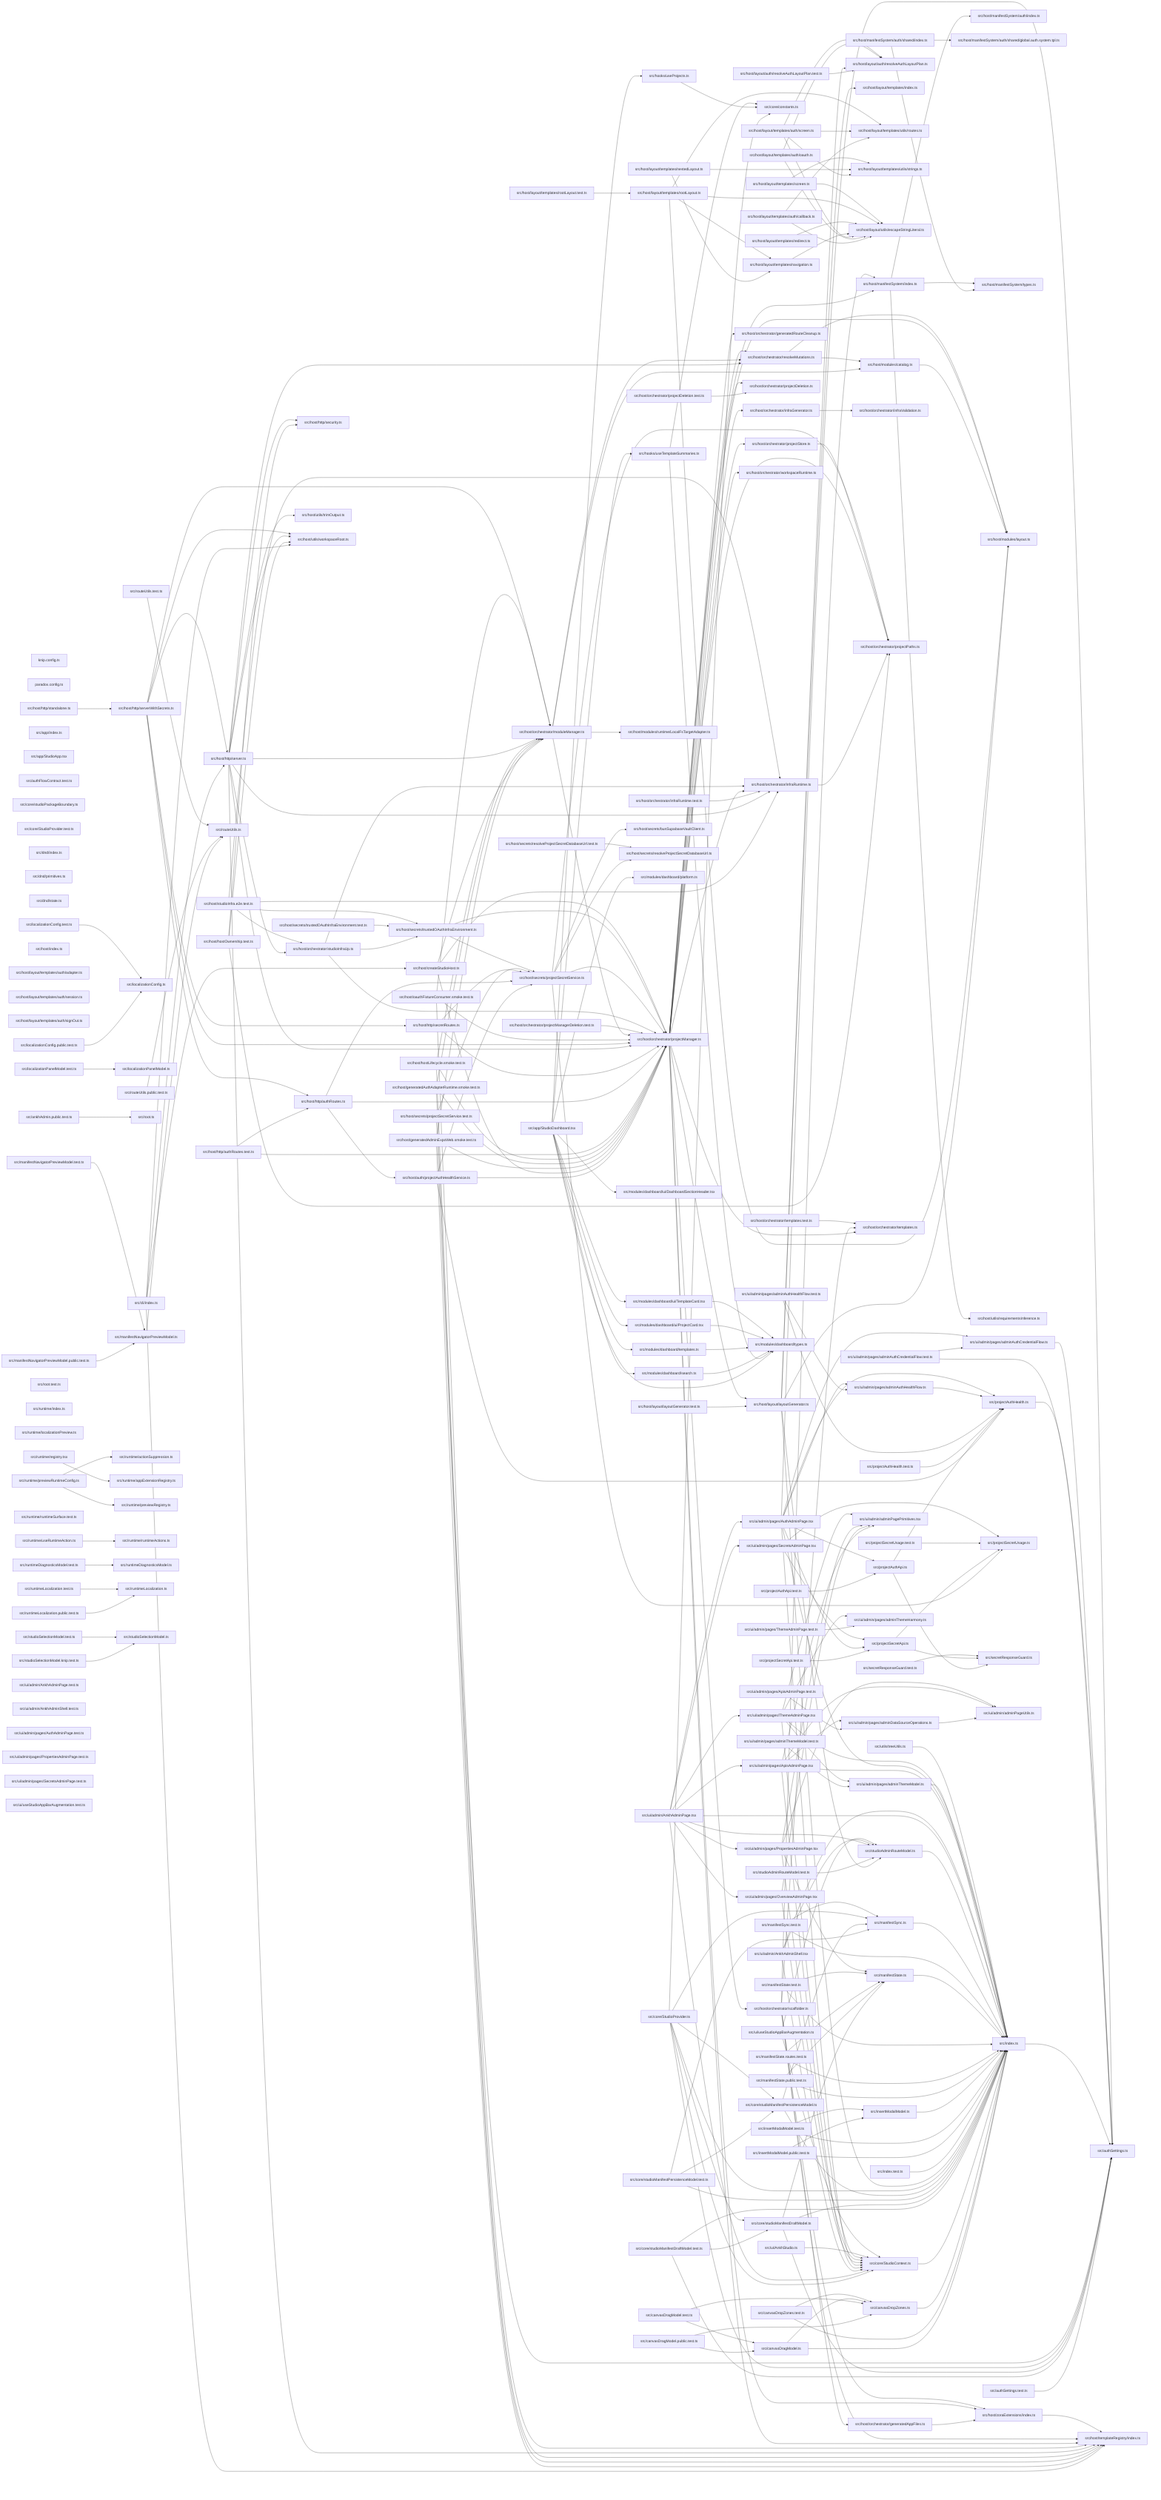
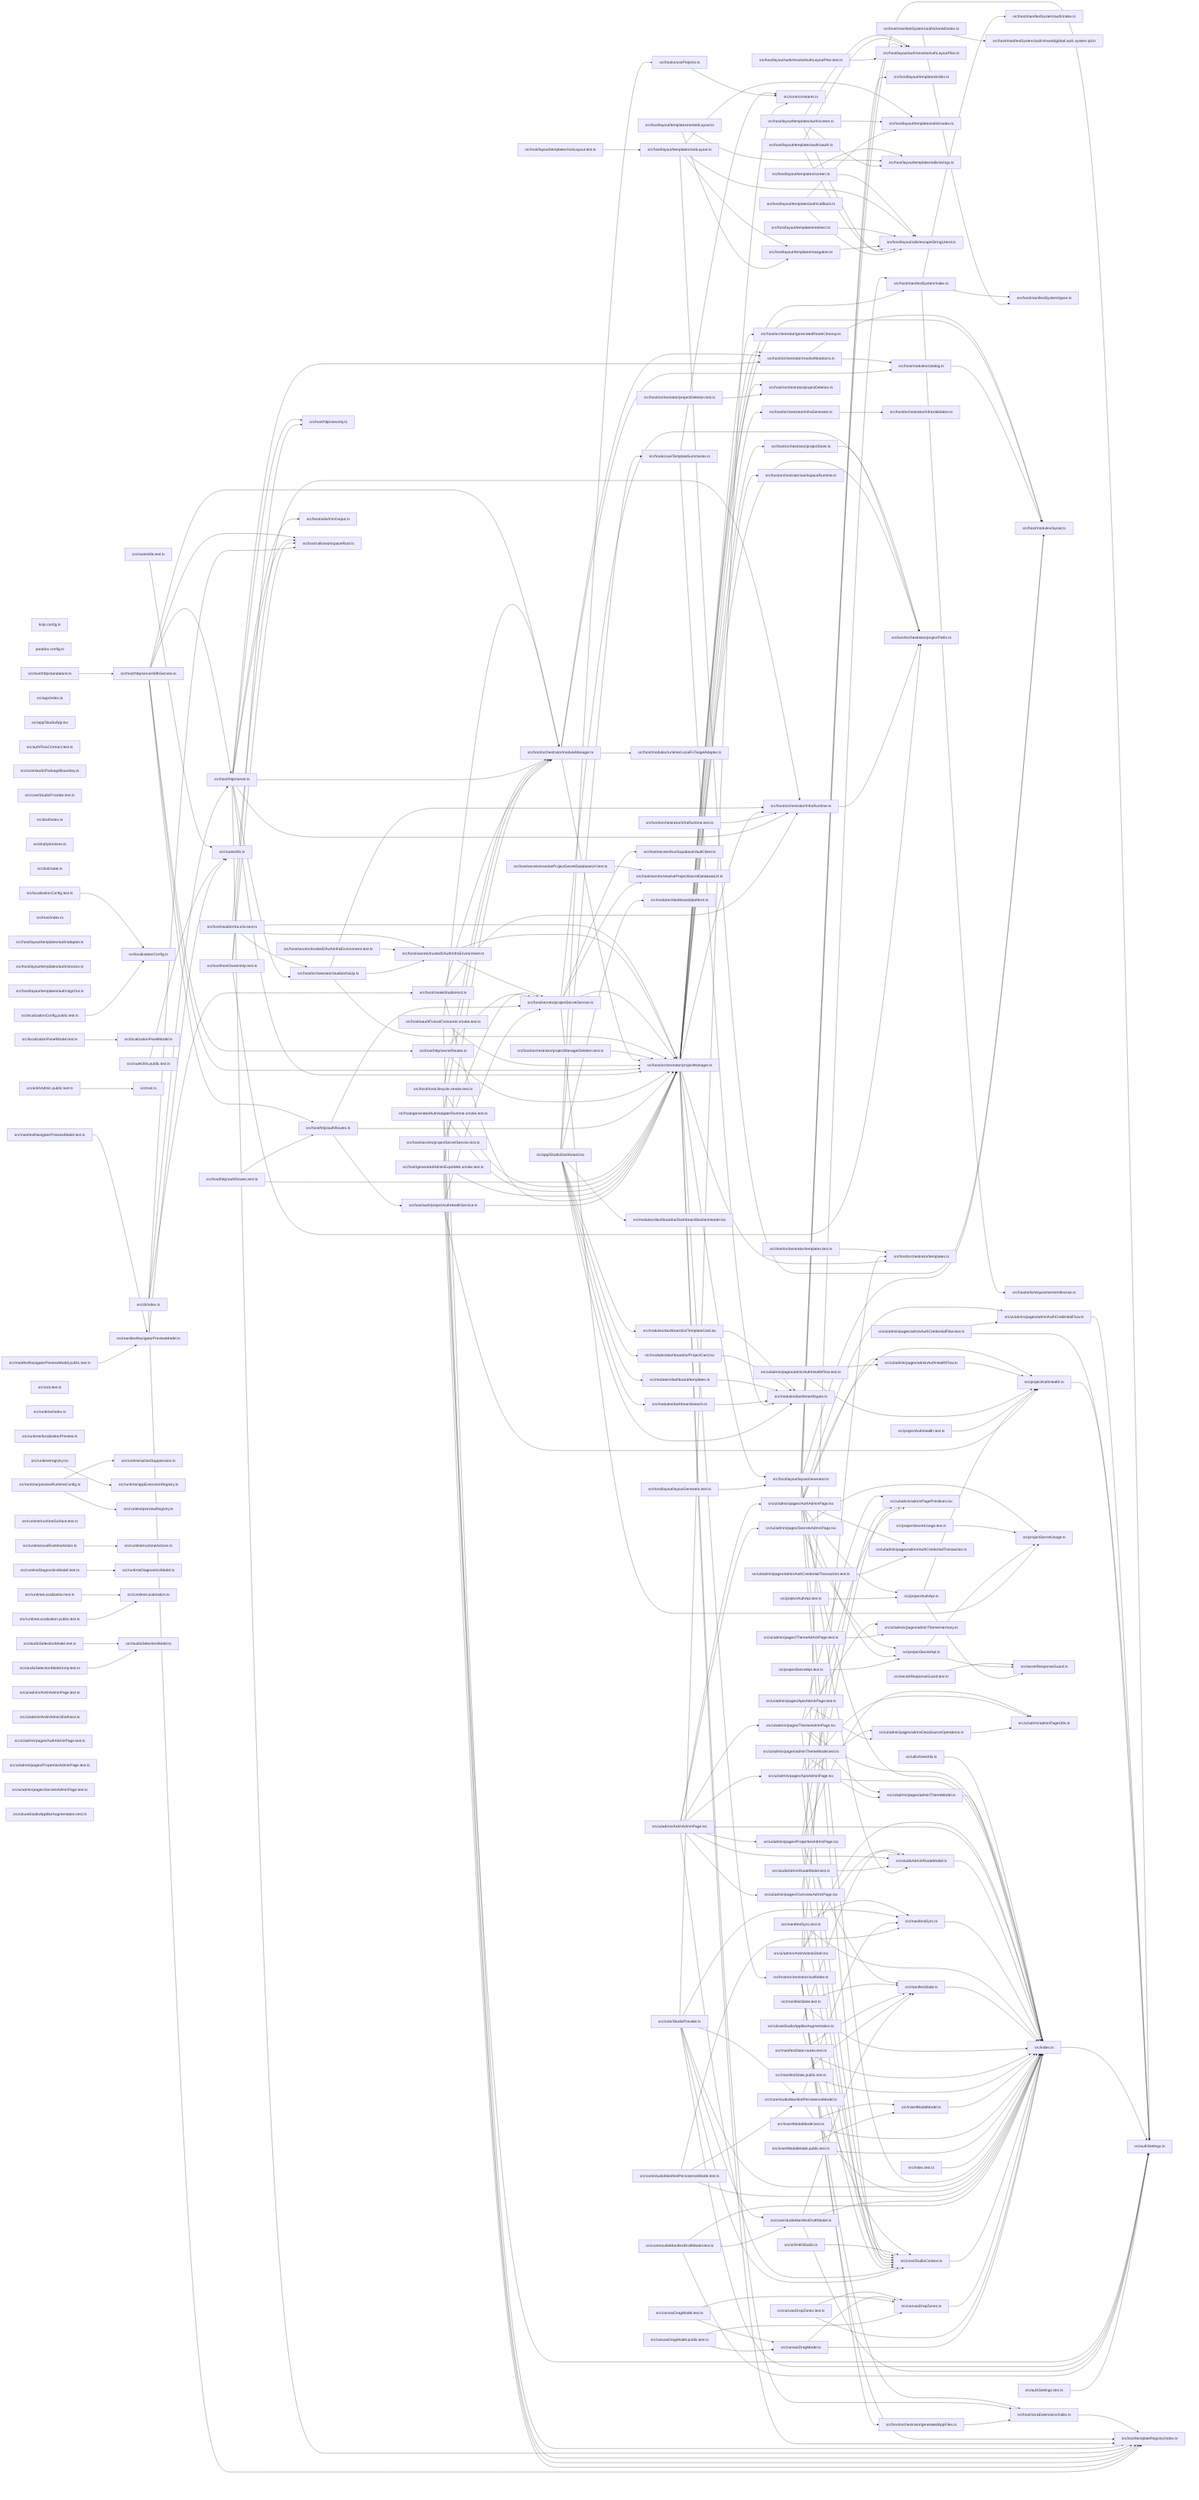
graph LR
  module_knip_config_ts["knip.config.ts"]
  module_paradox_config_ts["paradox.config.ts"]
  module_src_ankhAdmin_public_test_ts["src/ankhAdmin.public.test.ts"]
  module_src_app_index_ts["src/app/index.ts"]
  module_src_app_StudioApp_tsx["src/app/StudioApp.tsx"]
  module_src_app_StudioDashboard_tsx["src/app/StudioDashboard.tsx"]
  module_src_authFlowContract_test_ts["src/authFlowContract.test.ts"]
  module_src_authSettings_test_ts["src/authSettings.test.ts"]
  module_src_authSettings_ts["src/authSettings.ts"]
  module_src_canvasDragModel_public_test_ts["src/canvasDragModel.public.test.ts"]
  module_src_canvasDragModel_test_ts["src/canvasDragModel.test.ts"]
  module_src_canvasDragModel_ts["src/canvasDragModel.ts"]
  module_src_canvasDropZones_test_ts["src/canvasDropZones.test.ts"]
  module_src_canvasDropZones_ts["src/canvasDropZones.ts"]
  module_src_cli_index_ts["src/cli/index.ts"]
  module_src_core_constants_ts["src/core/constants.ts"]
  module_src_core_StudioContext_ts["src/core/StudioContext.ts"]
  module_src_core_studioManifestDraftModel_test_ts["src/core/studioManifestDraftModel.test.ts"]
  module_src_core_studioManifestDraftModel_ts["src/core/studioManifestDraftModel.ts"]
  module_src_core_studioManifestPersistenceModel_test_ts["src/core/studioManifestPersistenceModel.test.ts"]
  module_src_core_studioManifestPersistenceModel_ts["src/core/studioManifestPersistenceModel.ts"]
  module_src_core_studioPackageBoundary_ts["src/core/studioPackageBoundary.ts"]
  module_src_core_StudioProvider_test_ts["src/core/StudioProvider.test.ts"]
  module_src_core_StudioProvider_ts["src/core/StudioProvider.ts"]
  module_src_dnd_index_ts["src/dnd/index.ts"]
  module_src_dnd_primitives_ts["src/dnd/primitives.ts"]
  module_src_dnd_state_ts["src/dnd/state.ts"]
  module_src_hooks_useProjects_ts["src/hooks/useProjects.ts"]
  module_src_hooks_useTemplateSummaries_ts["src/hooks/useTemplateSummaries.ts"]
  module_src_host_auth_projectAuthHealthService_ts["src/host/auth/projectAuthHealthService.ts"]
  module_src_host_createStudioHost_ts["src/host/createStudioHost.ts"]
  module_src_host_generatedAdminExpoWeb_smoke_test_ts["src/host/generatedAdminExpoWeb.smoke.test.ts"]
  module_src_host_generatedAuthAdapterRuntime_smoke_test_ts["src/host/generatedAuthAdapterRuntime.smoke.test.ts"]
  module_src_host_hostLifecycle_smoke_test_ts["src/host/hostLifecycle.smoke.test.ts"]
  module_src_host_hostOwnership_test_ts["src/host/hostOwnership.test.ts"]
  module_src_host_http_authRoutes_test_ts["src/host/http/authRoutes.test.ts"]
  module_src_host_http_authRoutes_ts["src/host/http/authRoutes.ts"]
  module_src_host_http_secretRoutes_ts["src/host/http/secretRoutes.ts"]
  module_src_host_http_security_ts["src/host/http/security.ts"]
  module_src_host_http_server_ts["src/host/http/server.ts"]
  module_src_host_http_serverWithSecrets_ts["src/host/http/serverWithSecrets.ts"]
  module_src_host_http_standalone_ts["src/host/http/standalone.ts"]
  module_src_host_index_ts["src/host/index.ts"]
  module_src_host_layout_auth_resolveAuthLayoutPlan_test_ts["src/host/layout/auth/resolveAuthLayoutPlan.test.ts"]
  module_src_host_layout_auth_resolveAuthLayoutPlan_ts["src/host/layout/auth/resolveAuthLayoutPlan.ts"]
  module_src_host_layout_layoutGenerator_test_ts["src/host/layout/layoutGenerator.test.ts"]
  module_src_host_layout_layoutGenerator_ts["src/host/layout/layoutGenerator.ts"]
  module_src_host_layout_templates_auth_adapter_ts["src/host/layout/templates/auth/adapter.ts"]
  module_src_host_layout_templates_auth_callback_ts["src/host/layout/templates/auth/callback.ts"]
  module_src_host_layout_templates_auth_oauth_ts["src/host/layout/templates/auth/oauth.ts"]
  module_src_host_layout_templates_auth_screen_ts["src/host/layout/templates/auth/screen.ts"]
  module_src_host_layout_templates_auth_session_ts["src/host/layout/templates/auth/session.ts"]
  module_src_host_layout_templates_auth_signOut_ts["src/host/layout/templates/auth/signOut.ts"]
  module_src_host_layout_templates_index_ts["src/host/layout/templates/index.ts"]
  module_src_host_layout_templates_navigation_ts["src/host/layout/templates/navigation.ts"]
  module_src_host_layout_templates_nestedLayout_ts["src/host/layout/templates/nestedLayout.ts"]
  module_src_host_layout_templates_redirect_ts["src/host/layout/templates/redirect.ts"]
  module_src_host_layout_templates_rootLayout_test_ts["src/host/layout/templates/rootLayout.test.ts"]
  module_src_host_layout_templates_rootLayout_ts["src/host/layout/templates/rootLayout.ts"]
  module_src_host_layout_templates_screen_ts["src/host/layout/templates/screen.ts"]
  module_src_host_layout_templates_utils_routes_ts["src/host/layout/templates/utils/routes.ts"]
  module_src_host_layout_templates_utils_strings_ts["src/host/layout/templates/utils/strings.ts"]
  module_src_host_layout_utils_escapeStringLiteral_ts["src/host/layout/utils/escapeStringLiteral.ts"]
  module_src_host_manifestSystem_auth_index_ts["src/host/manifestSystem/auth/index.ts"]
  module_src_host_manifestSystem_auth_shared_global_auth_system_tpl_ts["src/host/manifestSystem/auth/shared/global.auth.system.tpl.ts"]
  module_src_host_manifestSystem_auth_shared_index_ts["src/host/manifestSystem/auth/shared/index.ts"]
  module_src_host_manifestSystem_index_ts["src/host/manifestSystem/index.ts"]
  module_src_host_manifestSystem_types_ts["src/host/manifestSystem/types.ts"]
  module_src_host_modules_catalog_ts["src/host/modules/catalog.ts"]
  module_src_host_modules_layout_ts["src/host/modules/layout.ts"]
  module_src_host_modules_runtime_LocalFsTargetAdapter_ts["src/host/modules/runtime/LocalFsTargetAdapter.ts"]
  module_src_host_oauthFixtureConsumer_smoke_test_ts["src/host/oauthFixtureConsumer.smoke.test.ts"]
  module_src_host_orchestrator_generatedAppFiles_ts["src/host/orchestrator/generatedAppFiles.ts"]
  module_src_host_orchestrator_generatedRouteCleanup_ts["src/host/orchestrator/generatedRouteCleanup.ts"]
  module_src_host_orchestrator_infraGenerator_ts["src/host/orchestrator/infraGenerator.ts"]
  module_src_host_orchestrator_infraRuntime_test_ts["src/host/orchestrator/infraRuntime.test.ts"]
  module_src_host_orchestrator_infraRuntime_ts["src/host/orchestrator/infraRuntime.ts"]
  module_src_host_orchestrator_infraValidation_ts["src/host/orchestrator/infraValidation.ts"]
  module_src_host_orchestrator_moduleManager_ts["src/host/orchestrator/moduleManager.ts"]
  module_src_host_orchestrator_projectDeletion_test_ts["src/host/orchestrator/projectDeletion.test.ts"]
  module_src_host_orchestrator_projectDeletion_ts["src/host/orchestrator/projectDeletion.ts"]
  module_src_host_orchestrator_projectManager_ts["src/host/orchestrator/projectManager.ts"]
  module_src_host_orchestrator_projectManagerDeletion_test_ts["src/host/orchestrator/projectManagerDeletion.test.ts"]
  module_src_host_orchestrator_projectPaths_ts["src/host/orchestrator/projectPaths.ts"]
  module_src_host_orchestrator_projectStore_ts["src/host/orchestrator/projectStore.ts"]
  module_src_host_orchestrator_resolveMutations_ts["src/host/orchestrator/resolveMutations.ts"]
  module_src_host_orchestrator_scaffolder_ts["src/host/orchestrator/scaffolder.ts"]
  module_src_host_orchestrator_studioInfraUp_ts["src/host/orchestrator/studioInfraUp.ts"]
  module_src_host_orchestrator_templates_test_ts["src/host/orchestrator/templates.test.ts"]
  module_src_host_orchestrator_templates_ts["src/host/orchestrator/templates.ts"]
  module_src_host_orchestrator_workspaceRuntime_ts["src/host/orchestrator/workspaceRuntime.ts"]
  module_src_host_secrets_bunSupabaseVaultClient_ts["src/host/secrets/bunSupabaseVaultClient.ts"]
  module_src_host_secrets_projectSecretService_test_ts["src/host/secrets/projectSecretService.test.ts"]
  module_src_host_secrets_projectSecretService_ts["src/host/secrets/projectSecretService.ts"]
  module_src_host_secrets_resolveProjectSecretDatabaseUrl_test_ts["src/host/secrets/resolveProjectSecretDatabaseUrl.test.ts"]
  module_src_host_secrets_resolveProjectSecretDatabaseUrl_ts["src/host/secrets/resolveProjectSecretDatabaseUrl.ts"]
  module_src_host_secrets_trustedOAuthInfraEnvironment_test_ts["src/host/secrets/trustedOAuthInfraEnvironment.test.ts"]
  module_src_host_secrets_trustedOAuthInfraEnvironment_ts["src/host/secrets/trustedOAuthInfraEnvironment.ts"]
  module_src_host_studioInfra_e2e_test_ts["src/host/studioInfra.e2e.test.ts"]
  module_src_host_templateRegistry_index_ts["src/host/templateRegistry/index.ts"]
  module_src_host_utils_requirementsInference_ts["src/host/utils/requirementsInference.ts"]
  module_src_host_utils_trimOutput_ts["src/host/utils/trimOutput.ts"]
  module_src_host_utils_workspaceRoot_ts["src/host/utils/workspaceRoot.ts"]
  module_src_host_zoraExtensions_index_ts["src/host/zoraExtensions/index.ts"]
  module_src_index_test_ts["src/index.test.ts"]
  module_src_index_ts["src/index.ts"]
  module_src_insertModalModel_public_test_ts["src/insertModalModel.public.test.ts"]
  module_src_insertModalModel_test_ts["src/insertModalModel.test.ts"]
  module_src_insertModalModel_ts["src/insertModalModel.ts"]
  module_src_localizationConfig_public_test_ts["src/localizationConfig.public.test.ts"]
  module_src_localizationConfig_test_ts["src/localizationConfig.test.ts"]
  module_src_localizationConfig_ts["src/localizationConfig.ts"]
  module_src_localizationPanelModel_test_ts["src/localizationPanelModel.test.ts"]
  module_src_localizationPanelModel_ts["src/localizationPanelModel.ts"]
  module_src_manifestNavigatorPreviewModel_public_test_ts["src/manifestNavigatorPreviewModel.public.test.ts"]
  module_src_manifestNavigatorPreviewModel_test_ts["src/manifestNavigatorPreviewModel.test.ts"]
  module_src_manifestNavigatorPreviewModel_ts["src/manifestNavigatorPreviewModel.ts"]
  module_src_manifestState_public_test_ts["src/manifestState.public.test.ts"]
  module_src_manifestState_routes_test_ts["src/manifestState.routes.test.ts"]
  module_src_manifestState_test_ts["src/manifestState.test.ts"]
  module_src_manifestState_ts["src/manifestState.ts"]
  module_src_manifestSync_test_ts["src/manifestSync.test.ts"]
  module_src_manifestSync_ts["src/manifestSync.ts"]
  module_src_modules_dashboard_platform_ts["src/modules/dashboard/platform.ts"]
  module_src_modules_dashboard_search_ts["src/modules/dashboard/search.ts"]
  module_src_modules_dashboard_templates_ts["src/modules/dashboard/templates.ts"]
  module_src_modules_dashboard_types_ts["src/modules/dashboard/types.ts"]
  module_src_modules_dashboard_ui_DashboardSectionHeader_tsx["src/modules/dashboard/ui/DashboardSectionHeader.tsx"]
  module_src_modules_dashboard_ui_ProjectCard_tsx["src/modules/dashboard/ui/ProjectCard.tsx"]
  module_src_modules_dashboard_ui_TemplateCard_tsx["src/modules/dashboard/ui/TemplateCard.tsx"]
  module_src_projectAuthApi_test_ts["src/projectAuthApi.test.ts"]
  module_src_projectAuthApi_ts["src/projectAuthApi.ts"]
  module_src_projectAuthHealth_test_ts["src/projectAuthHealth.test.ts"]
  module_src_projectAuthHealth_ts["src/projectAuthHealth.ts"]
  module_src_projectSecretApi_test_ts["src/projectSecretApi.test.ts"]
  module_src_projectSecretApi_ts["src/projectSecretApi.ts"]
  module_src_projectSecretUsage_test_ts["src/projectSecretUsage.test.ts"]
  module_src_projectSecretUsage_ts["src/projectSecretUsage.ts"]
  module_src_root_test_ts["src/root.test.ts"]
  module_src_root_ts["src/root.ts"]
  module_src_routeUtils_public_test_ts["src/routeUtils.public.test.ts"]
  module_src_routeUtils_test_ts["src/routeUtils.test.ts"]
  module_src_routeUtils_ts["src/routeUtils.ts"]
  module_src_runtime_actionSuppression_ts["src/runtime/actionSuppression.ts"]
  module_src_runtime_appExtensionRegistry_ts["src/runtime/appExtensionRegistry.ts"]
  module_src_runtime_index_ts["src/runtime/index.ts"]
  module_src_runtime_localizationPreview_ts["src/runtime/localizationPreview.ts"]
  module_src_runtime_previewRegistry_ts["src/runtime/previewRegistry.ts"]
  module_src_runtime_previewRuntimeConfig_ts["src/runtime/previewRuntimeConfig.ts"]
  module_src_runtime_registry_tsx["src/runtime/registry.tsx"]
  module_src_runtime_runtimeActions_ts["src/runtime/runtimeActions.ts"]
  module_src_runtime_runtimeSurface_test_ts["src/runtime/runtimeSurface.test.ts"]
  module_src_runtime_useRuntimeAction_ts["src/runtime/useRuntimeAction.ts"]
  module_src_runtimeDiagnosticsModel_test_ts["src/runtimeDiagnosticsModel.test.ts"]
  module_src_runtimeDiagnosticsModel_ts["src/runtimeDiagnosticsModel.ts"]
  module_src_runtimeLocalization_public_test_ts["src/runtimeLocalization.public.test.ts"]
  module_src_runtimeLocalization_test_ts["src/runtimeLocalization.test.ts"]
  module_src_runtimeLocalization_ts["src/runtimeLocalization.ts"]
  module_src_secretResponseGuard_test_ts["src/secretResponseGuard.test.ts"]
  module_src_secretResponseGuard_ts["src/secretResponseGuard.ts"]
  module_src_studioAdminRouteModel_test_ts["src/studioAdminRouteModel.test.ts"]
  module_src_studioAdminRouteModel_ts["src/studioAdminRouteModel.ts"]
  module_src_studioSelectionModel_knip_test_ts["src/studioSelectionModel.knip.test.ts"]
  module_src_studioSelectionModel_test_ts["src/studioSelectionModel.test.ts"]
  module_src_studioSelectionModel_ts["src/studioSelectionModel.ts"]
  module_src_ui_admin_adminPagePrimitives_tsx["src/ui/admin/adminPagePrimitives.tsx"]
  module_src_ui_admin_adminPageUtils_ts["src/ui/admin/adminPageUtils.ts"]
  module_src_ui_admin_AnkhAdminPage_test_ts["src/ui/admin/AnkhAdminPage.test.ts"]
  module_src_ui_admin_AnkhAdminPage_tsx["src/ui/admin/AnkhAdminPage.tsx"]
  module_src_ui_admin_AnkhAdminShell_test_ts["src/ui/admin/AnkhAdminShell.test.ts"]
  module_src_ui_admin_AnkhAdminShell_tsx["src/ui/admin/AnkhAdminShell.tsx"]
  module_src_ui_admin_pages_adminAuthCredentialFlow_test_ts["src/ui/admin/pages/adminAuthCredentialFlow.test.ts"]
  module_src_ui_admin_pages_adminAuthCredentialFlow_ts["src/ui/admin/pages/adminAuthCredentialFlow.ts"]
+   module_src_ui_admin_pages_adminAuthCredentialTransaction_test_ts["src/ui/admin/pages/adminAuthCredentialTransaction.test.ts"]
+   module_src_ui_admin_pages_adminAuthCredentialTransaction_ts["src/ui/admin/pages/adminAuthCredentialTransaction.ts"]
  module_src_ui_admin_pages_adminAuthHealthFlow_test_ts["src/ui/admin/pages/adminAuthHealthFlow.test.ts"]
  module_src_ui_admin_pages_adminAuthHealthFlow_ts["src/ui/admin/pages/adminAuthHealthFlow.ts"]
  module_src_ui_admin_pages_adminDataSourceOperations_ts["src/ui/admin/pages/adminDataSourceOperations.ts"]
  module_src_ui_admin_pages_adminThemeHarmony_ts["src/ui/admin/pages/adminThemeHarmony.ts"]
  module_src_ui_admin_pages_adminThemeModel_test_ts["src/ui/admin/pages/adminThemeModel.test.ts"]
  module_src_ui_admin_pages_adminThemeModel_ts["src/ui/admin/pages/adminThemeModel.ts"]
  module_src_ui_admin_pages_ApisAdminPage_test_ts["src/ui/admin/pages/ApisAdminPage.test.ts"]
  module_src_ui_admin_pages_ApisAdminPage_tsx["src/ui/admin/pages/ApisAdminPage.tsx"]
  module_src_ui_admin_pages_AuthAdminPage_test_ts["src/ui/admin/pages/AuthAdminPage.test.ts"]
  module_src_ui_admin_pages_AuthAdminPage_tsx["src/ui/admin/pages/AuthAdminPage.tsx"]
  module_src_ui_admin_pages_OverviewAdminPage_tsx["src/ui/admin/pages/OverviewAdminPage.tsx"]
  module_src_ui_admin_pages_PropertiesAdminPage_test_ts["src/ui/admin/pages/PropertiesAdminPage.test.ts"]
  module_src_ui_admin_pages_PropertiesAdminPage_tsx["src/ui/admin/pages/PropertiesAdminPage.tsx"]
  module_src_ui_admin_pages_SecretsAdminPage_test_ts["src/ui/admin/pages/SecretsAdminPage.test.ts"]
  module_src_ui_admin_pages_SecretsAdminPage_tsx["src/ui/admin/pages/SecretsAdminPage.tsx"]
  module_src_ui_admin_pages_ThemeAdminPage_test_ts["src/ui/admin/pages/ThemeAdminPage.test.ts"]
  module_src_ui_admin_pages_ThemeAdminPage_tsx["src/ui/admin/pages/ThemeAdminPage.tsx"]
  module_src_ui_AnkhStudio_ts["src/ui/AnkhStudio.ts"]
  module_src_ui_useStudioAppBarAugmentation_test_ts["src/ui/useStudioAppBarAugmentation.test.ts"]
  module_src_ui_useStudioAppBarAugmentation_ts["src/ui/useStudioAppBarAugmentation.ts"]
  module_src_utils_treeUtils_ts["src/utils/treeUtils.ts"]
  module_src_ankhAdmin_public_test_ts --> module_src_root_ts
  module_src_app_StudioDashboard_tsx --> module_src_hooks_useProjects_ts
  module_src_app_StudioDashboard_tsx --> module_src_hooks_useTemplateSummaries_ts
  module_src_app_StudioDashboard_tsx --> module_src_modules_dashboard_platform_ts
  module_src_app_StudioDashboard_tsx --> module_src_modules_dashboard_search_ts
  module_src_app_StudioDashboard_tsx --> module_src_modules_dashboard_templates_ts
  module_src_app_StudioDashboard_tsx --> module_src_modules_dashboard_types_ts
  module_src_app_StudioDashboard_tsx --> module_src_modules_dashboard_ui_DashboardSectionHeader_tsx
  module_src_app_StudioDashboard_tsx --> module_src_modules_dashboard_ui_ProjectCard_tsx
  module_src_app_StudioDashboard_tsx --> module_src_modules_dashboard_ui_TemplateCard_tsx
  module_src_authSettings_test_ts --> module_src_authSettings_ts
  module_src_canvasDragModel_public_test_ts --> module_src_canvasDragModel_ts
  module_src_canvasDragModel_public_test_ts --> module_src_canvasDropZones_ts
  module_src_canvasDragModel_test_ts --> module_src_canvasDragModel_ts
  module_src_canvasDragModel_test_ts --> module_src_canvasDropZones_ts
  module_src_canvasDragModel_ts --> module_src_canvasDropZones_ts
  module_src_canvasDragModel_ts --> module_src_index_ts
  module_src_canvasDropZones_test_ts --> module_src_canvasDropZones_ts
  module_src_canvasDropZones_test_ts --> module_src_index_ts
  module_src_canvasDropZones_ts --> module_src_index_ts
  module_src_cli_index_ts --> module_src_host_createStudioHost_ts
  module_src_cli_index_ts --> module_src_host_http_server_ts
  module_src_cli_index_ts --> module_src_host_templateRegistry_index_ts
  module_src_cli_index_ts --> module_src_host_utils_workspaceRoot_ts
  module_src_core_StudioContext_ts --> module_src_index_ts
  module_src_core_studioManifestDraftModel_test_ts --> module_src_authSettings_ts
  module_src_core_studioManifestDraftModel_test_ts --> module_src_core_studioManifestDraftModel_ts
  module_src_core_studioManifestDraftModel_test_ts --> module_src_index_ts
  module_src_core_studioManifestDraftModel_ts --> module_src_authSettings_ts
  module_src_core_studioManifestDraftModel_ts --> module_src_index_ts
  module_src_core_studioManifestDraftModel_ts --> module_src_manifestState_ts
  module_src_core_studioManifestPersistenceModel_test_ts --> module_src_core_studioManifestPersistenceModel_ts
  module_src_core_studioManifestPersistenceModel_test_ts --> module_src_index_ts
  module_src_core_studioManifestPersistenceModel_test_ts --> module_src_manifestSync_ts
  module_src_core_studioManifestPersistenceModel_ts --> module_src_index_ts
  module_src_core_studioManifestPersistenceModel_ts --> module_src_manifestSync_ts
  module_src_core_StudioProvider_ts --> module_src_authSettings_ts
  module_src_core_StudioProvider_ts --> module_src_core_constants_ts
  module_src_core_StudioProvider_ts --> module_src_core_StudioContext_ts
  module_src_core_StudioProvider_ts --> module_src_core_studioManifestDraftModel_ts
  module_src_core_StudioProvider_ts --> module_src_core_studioManifestPersistenceModel_ts
  module_src_core_StudioProvider_ts --> module_src_index_ts
  module_src_core_StudioProvider_ts --> module_src_manifestSync_ts
  module_src_hooks_useProjects_ts --> module_src_core_constants_ts
  module_src_hooks_useTemplateSummaries_ts --> module_src_core_constants_ts
  module_src_hooks_useTemplateSummaries_ts --> module_src_modules_dashboard_types_ts
  module_src_host_auth_projectAuthHealthService_ts --> module_src_host_orchestrator_projectManager_ts
  module_src_host_auth_projectAuthHealthService_ts --> module_src_host_secrets_projectSecretService_ts
  module_src_host_auth_projectAuthHealthService_ts --> module_src_projectAuthHealth_ts
  module_src_host_createStudioHost_ts --> module_src_host_orchestrator_infraRuntime_ts
  module_src_host_createStudioHost_ts --> module_src_host_orchestrator_moduleManager_ts
  module_src_host_createStudioHost_ts --> module_src_host_orchestrator_projectManager_ts
  module_src_host_generatedAdminExpoWeb_smoke_test_ts --> module_src_host_orchestrator_moduleManager_ts
  module_src_host_generatedAdminExpoWeb_smoke_test_ts --> module_src_host_orchestrator_projectManager_ts
  module_src_host_generatedAdminExpoWeb_smoke_test_ts --> module_src_host_templateRegistry_index_ts
  module_src_host_generatedAuthAdapterRuntime_smoke_test_ts --> module_src_host_orchestrator_moduleManager_ts
  module_src_host_generatedAuthAdapterRuntime_smoke_test_ts --> module_src_host_orchestrator_projectManager_ts
  module_src_host_generatedAuthAdapterRuntime_smoke_test_ts --> module_src_host_templateRegistry_index_ts
  module_src_host_hostLifecycle_smoke_test_ts --> module_src_host_orchestrator_moduleManager_ts
  module_src_host_hostLifecycle_smoke_test_ts --> module_src_host_orchestrator_projectManager_ts
  module_src_host_hostLifecycle_smoke_test_ts --> module_src_host_templateRegistry_index_ts
  module_src_host_hostOwnership_test_ts --> module_src_host_http_security_ts
  module_src_host_hostOwnership_test_ts --> module_src_host_orchestrator_projectPaths_ts
  module_src_host_hostOwnership_test_ts --> module_src_host_utils_workspaceRoot_ts
  module_src_host_http_authRoutes_test_ts --> module_src_host_http_authRoutes_ts
  module_src_host_http_authRoutes_test_ts --> module_src_host_orchestrator_projectManager_ts
  module_src_host_http_authRoutes_ts --> module_src_host_auth_projectAuthHealthService_ts
  module_src_host_http_authRoutes_ts --> module_src_host_orchestrator_projectManager_ts
  module_src_host_http_authRoutes_ts --> module_src_host_secrets_projectSecretService_ts
  module_src_host_http_secretRoutes_ts --> module_src_host_orchestrator_projectManager_ts
  module_src_host_http_secretRoutes_ts --> module_src_host_secrets_projectSecretService_ts
  module_src_host_http_server_ts --> module_src_host_http_security_ts
  module_src_host_http_server_ts --> module_src_host_orchestrator_infraRuntime_ts
  module_src_host_http_server_ts --> module_src_host_orchestrator_moduleManager_ts
  module_src_host_http_server_ts --> module_src_host_orchestrator_projectManager_ts
  module_src_host_http_server_ts --> module_src_host_orchestrator_resolveMutations_ts
  module_src_host_http_server_ts --> module_src_host_orchestrator_studioInfraUp_ts
  module_src_host_http_server_ts --> module_src_host_templateRegistry_index_ts
  module_src_host_http_server_ts --> module_src_host_utils_trimOutput_ts
  module_src_host_http_server_ts --> module_src_host_utils_workspaceRoot_ts
  module_src_host_http_serverWithSecrets_ts --> module_src_host_http_authRoutes_ts
  module_src_host_http_serverWithSecrets_ts --> module_src_host_http_secretRoutes_ts
  module_src_host_http_serverWithSecrets_ts --> module_src_host_http_server_ts
  module_src_host_http_serverWithSecrets_ts --> module_src_host_orchestrator_moduleManager_ts
  module_src_host_http_serverWithSecrets_ts --> module_src_host_orchestrator_projectManager_ts
  module_src_host_http_serverWithSecrets_ts --> module_src_host_utils_workspaceRoot_ts
  module_src_host_http_standalone_ts --> module_src_host_http_serverWithSecrets_ts
  module_src_host_layout_auth_resolveAuthLayoutPlan_test_ts --> module_src_host_layout_auth_resolveAuthLayoutPlan_ts
  module_src_host_layout_layoutGenerator_test_ts --> module_src_host_layout_layoutGenerator_ts
  module_src_host_layout_layoutGenerator_ts --> module_src_host_layout_auth_resolveAuthLayoutPlan_ts
  module_src_host_layout_layoutGenerator_ts --> module_src_host_layout_templates_index_ts
  module_src_host_layout_layoutGenerator_ts --> module_src_host_modules_layout_ts
  module_src_host_layout_layoutGenerator_ts --> module_src_index_ts
  module_src_host_layout_layoutGenerator_ts --> module_src_studioAdminRouteModel_ts
  module_src_host_layout_templates_auth_callback_ts --> module_src_host_layout_templates_utils_routes_ts
  module_src_host_layout_templates_auth_callback_ts --> module_src_host_layout_utils_escapeStringLiteral_ts
  module_src_host_layout_templates_auth_oauth_ts --> module_src_host_layout_auth_resolveAuthLayoutPlan_ts
  module_src_host_layout_templates_auth_oauth_ts --> module_src_host_layout_utils_escapeStringLiteral_ts
  module_src_host_layout_templates_auth_screen_ts --> module_src_host_layout_auth_resolveAuthLayoutPlan_ts
  module_src_host_layout_templates_auth_screen_ts --> module_src_host_layout_templates_utils_routes_ts
  module_src_host_layout_templates_auth_screen_ts --> module_src_host_layout_templates_utils_strings_ts
  module_src_host_layout_templates_auth_screen_ts --> module_src_host_layout_utils_escapeStringLiteral_ts
  module_src_host_layout_templates_navigation_ts --> module_src_host_layout_utils_escapeStringLiteral_ts
  module_src_host_layout_templates_nestedLayout_ts --> module_src_host_layout_templates_navigation_ts
  module_src_host_layout_templates_nestedLayout_ts --> module_src_host_layout_templates_utils_strings_ts
  module_src_host_layout_templates_redirect_ts --> module_src_host_layout_utils_escapeStringLiteral_ts
  module_src_host_layout_templates_rootLayout_test_ts --> module_src_host_layout_templates_rootLayout_ts
  module_src_host_layout_templates_rootLayout_ts --> module_src_host_layout_templates_navigation_ts
  module_src_host_layout_templates_rootLayout_ts --> module_src_host_layout_templates_utils_routes_ts
  module_src_host_layout_templates_rootLayout_ts --> module_src_host_layout_utils_escapeStringLiteral_ts
  module_src_host_layout_templates_rootLayout_ts --> module_src_host_modules_layout_ts
  module_src_host_layout_templates_screen_ts --> module_src_host_layout_templates_utils_strings_ts
  module_src_host_layout_templates_screen_ts --> module_src_host_layout_utils_escapeStringLiteral_ts
  module_src_host_manifestSystem_auth_shared_index_ts --> module_src_host_manifestSystem_auth_shared_global_auth_system_tpl_ts
  module_src_host_manifestSystem_auth_shared_index_ts --> module_src_host_manifestSystem_types_ts
  module_src_host_manifestSystem_index_ts --> module_src_host_manifestSystem_auth_index_ts
  module_src_host_manifestSystem_index_ts --> module_src_host_manifestSystem_types_ts
  module_src_host_manifestSystem_index_ts --> module_src_host_utils_requirementsInference_ts
  module_src_host_modules_catalog_ts --> module_src_host_modules_layout_ts
  module_src_host_oauthFixtureConsumer_smoke_test_ts --> module_src_host_orchestrator_moduleManager_ts
  module_src_host_oauthFixtureConsumer_smoke_test_ts --> module_src_host_orchestrator_projectManager_ts
  module_src_host_oauthFixtureConsumer_smoke_test_ts --> module_src_host_templateRegistry_index_ts
  module_src_host_orchestrator_generatedAppFiles_ts --> module_src_host_zoraExtensions_index_ts
  module_src_host_orchestrator_infraGenerator_ts --> module_src_host_orchestrator_infraValidation_ts
  module_src_host_orchestrator_infraRuntime_test_ts --> module_src_host_orchestrator_infraRuntime_ts
  module_src_host_orchestrator_infraRuntime_ts --> module_src_host_orchestrator_projectPaths_ts
  module_src_host_orchestrator_moduleManager_ts --> module_src_host_modules_catalog_ts
  module_src_host_orchestrator_moduleManager_ts --> module_src_host_modules_runtime_LocalFsTargetAdapter_ts
  module_src_host_orchestrator_moduleManager_ts --> module_src_host_orchestrator_projectManager_ts
  module_src_host_orchestrator_moduleManager_ts --> module_src_host_orchestrator_resolveMutations_ts
  module_src_host_orchestrator_projectDeletion_test_ts --> module_src_host_orchestrator_projectDeletion_ts
  module_src_host_orchestrator_projectManager_ts --> module_src_host_layout_layoutGenerator_ts
  module_src_host_orchestrator_projectManager_ts --> module_src_host_manifestSystem_index_ts
  module_src_host_orchestrator_projectManager_ts --> module_src_host_modules_layout_ts
  module_src_host_orchestrator_projectManager_ts --> module_src_host_orchestrator_generatedRouteCleanup_ts
  module_src_host_orchestrator_projectManager_ts --> module_src_host_orchestrator_infraGenerator_ts
  module_src_host_orchestrator_projectManager_ts --> module_src_host_orchestrator_infraRuntime_ts
  module_src_host_orchestrator_projectManager_ts --> module_src_host_orchestrator_projectDeletion_ts
  module_src_host_orchestrator_projectManager_ts --> module_src_host_orchestrator_projectPaths_ts
  module_src_host_orchestrator_projectManager_ts --> module_src_host_orchestrator_projectStore_ts
  module_src_host_orchestrator_projectManager_ts --> module_src_host_orchestrator_resolveMutations_ts
  module_src_host_orchestrator_projectManager_ts --> module_src_host_orchestrator_scaffolder_ts
  module_src_host_orchestrator_projectManager_ts --> module_src_host_orchestrator_templates_ts
  module_src_host_orchestrator_projectManager_ts --> module_src_host_orchestrator_workspaceRuntime_ts
  module_src_host_orchestrator_projectManager_ts --> module_src_host_templateRegistry_index_ts
  module_src_host_orchestrator_projectManager_ts --> module_src_host_zoraExtensions_index_ts
  module_src_host_orchestrator_projectManagerDeletion_test_ts --> module_src_host_orchestrator_projectManager_ts
  module_src_host_orchestrator_projectStore_ts --> module_src_host_orchestrator_projectPaths_ts
  module_src_host_orchestrator_resolveMutations_ts --> module_src_host_modules_catalog_ts
  module_src_host_orchestrator_resolveMutations_ts --> module_src_host_modules_layout_ts
  module_src_host_orchestrator_scaffolder_ts --> module_src_host_manifestSystem_index_ts
  module_src_host_orchestrator_scaffolder_ts --> module_src_host_orchestrator_generatedAppFiles_ts
  module_src_host_orchestrator_scaffolder_ts --> module_src_host_orchestrator_templates_ts
  module_src_host_orchestrator_scaffolder_ts --> module_src_host_templateRegistry_index_ts
  module_src_host_orchestrator_scaffolder_ts --> module_src_host_zoraExtensions_index_ts
  module_src_host_orchestrator_studioInfraUp_ts --> module_src_host_orchestrator_infraRuntime_ts
  module_src_host_orchestrator_studioInfraUp_ts --> module_src_host_orchestrator_projectManager_ts
  module_src_host_orchestrator_studioInfraUp_ts --> module_src_host_secrets_trustedOAuthInfraEnvironment_ts
  module_src_host_orchestrator_templates_test_ts --> module_src_host_orchestrator_templates_ts
  module_src_host_secrets_projectSecretService_test_ts --> module_src_authSettings_ts
  module_src_host_secrets_projectSecretService_test_ts --> module_src_host_secrets_projectSecretService_ts
  module_src_host_secrets_projectSecretService_ts --> module_src_host_orchestrator_projectManager_ts
  module_src_host_secrets_projectSecretService_ts --> module_src_host_orchestrator_projectPaths_ts
  module_src_host_secrets_projectSecretService_ts --> module_src_host_secrets_bunSupabaseVaultClient_ts
  module_src_host_secrets_projectSecretService_ts --> module_src_host_secrets_resolveProjectSecretDatabaseUrl_ts
  module_src_host_secrets_projectSecretService_ts --> module_src_projectSecretUsage_ts
  module_src_host_secrets_resolveProjectSecretDatabaseUrl_test_ts --> module_src_host_secrets_resolveProjectSecretDatabaseUrl_ts
  module_src_host_secrets_trustedOAuthInfraEnvironment_test_ts --> module_src_host_secrets_trustedOAuthInfraEnvironment_ts
  module_src_host_secrets_trustedOAuthInfraEnvironment_ts --> module_src_host_orchestrator_projectManager_ts
  module_src_host_secrets_trustedOAuthInfraEnvironment_ts --> module_src_host_secrets_projectSecretService_ts
  module_src_host_studioInfra_e2e_test_ts --> module_src_host_orchestrator_infraRuntime_ts
  module_src_host_studioInfra_e2e_test_ts --> module_src_host_orchestrator_projectManager_ts
  module_src_host_studioInfra_e2e_test_ts --> module_src_host_orchestrator_studioInfraUp_ts
  module_src_host_studioInfra_e2e_test_ts --> module_src_host_secrets_trustedOAuthInfraEnvironment_ts
  module_src_host_zoraExtensions_index_ts --> module_src_host_templateRegistry_index_ts
  module_src_index_test_ts --> module_src_index_ts
  module_src_index_ts --> module_src_authSettings_ts
  module_src_insertModalModel_public_test_ts --> module_src_index_ts
  module_src_insertModalModel_public_test_ts --> module_src_insertModalModel_ts
  module_src_insertModalModel_test_ts --> module_src_index_ts
  module_src_insertModalModel_test_ts --> module_src_insertModalModel_ts
  module_src_insertModalModel_ts --> module_src_index_ts
  module_src_localizationConfig_public_test_ts --> module_src_localizationConfig_ts
  module_src_localizationConfig_test_ts --> module_src_localizationConfig_ts
  module_src_localizationPanelModel_test_ts --> module_src_localizationPanelModel_ts
  module_src_manifestNavigatorPreviewModel_public_test_ts --> module_src_manifestNavigatorPreviewModel_ts
  module_src_manifestNavigatorPreviewModel_test_ts --> module_src_manifestNavigatorPreviewModel_ts
  module_src_manifestNavigatorPreviewModel_ts --> module_src_routeUtils_ts
  module_src_manifestState_public_test_ts --> module_src_index_ts
  module_src_manifestState_public_test_ts --> module_src_manifestState_ts
  module_src_manifestState_routes_test_ts --> module_src_index_ts
  module_src_manifestState_routes_test_ts --> module_src_manifestState_ts
  module_src_manifestState_test_ts --> module_src_index_ts
  module_src_manifestState_test_ts --> module_src_manifestState_ts
  module_src_manifestState_ts --> module_src_index_ts
  module_src_manifestSync_test_ts --> module_src_index_ts
  module_src_manifestSync_test_ts --> module_src_manifestSync_ts
  module_src_manifestSync_ts --> module_src_index_ts
  module_src_modules_dashboard_search_ts --> module_src_modules_dashboard_types_ts
  module_src_modules_dashboard_templates_ts --> module_src_modules_dashboard_types_ts
  module_src_modules_dashboard_ui_ProjectCard_tsx --> module_src_modules_dashboard_types_ts
  module_src_modules_dashboard_ui_TemplateCard_tsx --> module_src_modules_dashboard_types_ts
  module_src_projectAuthApi_test_ts --> module_src_projectAuthApi_ts
  module_src_projectAuthApi_ts --> module_src_projectAuthHealth_ts
  module_src_projectAuthApi_ts --> module_src_secretResponseGuard_ts
  module_src_projectAuthHealth_test_ts --> module_src_projectAuthHealth_ts
  module_src_projectAuthHealth_ts --> module_src_authSettings_ts
  module_src_projectSecretApi_test_ts --> module_src_projectSecretApi_ts
  module_src_projectSecretApi_ts --> module_src_projectSecretUsage_ts
  module_src_projectSecretApi_ts --> module_src_secretResponseGuard_ts
  module_src_projectSecretUsage_test_ts --> module_src_projectSecretUsage_ts
  module_src_routeUtils_public_test_ts --> module_src_routeUtils_ts
  module_src_routeUtils_test_ts --> module_src_routeUtils_ts
  module_src_runtime_previewRuntimeConfig_ts --> module_src_runtime_actionSuppression_ts
  module_src_runtime_previewRuntimeConfig_ts --> module_src_runtime_previewRegistry_ts
  module_src_runtime_registry_tsx --> module_src_runtime_appExtensionRegistry_ts
  module_src_runtime_useRuntimeAction_ts --> module_src_runtime_runtimeActions_ts
  module_src_runtimeDiagnosticsModel_test_ts --> module_src_runtimeDiagnosticsModel_ts
  module_src_runtimeLocalization_public_test_ts --> module_src_runtimeLocalization_ts
  module_src_runtimeLocalization_test_ts --> module_src_runtimeLocalization_ts
  module_src_secretResponseGuard_test_ts --> module_src_secretResponseGuard_ts
  module_src_studioAdminRouteModel_test_ts --> module_src_studioAdminRouteModel_ts
  module_src_studioAdminRouteModel_ts --> module_src_index_ts
  module_src_studioSelectionModel_knip_test_ts --> module_src_studioSelectionModel_ts
  module_src_studioSelectionModel_test_ts --> module_src_studioSelectionModel_ts
  module_src_ui_admin_AnkhAdminPage_tsx --> module_src_core_StudioContext_ts
  module_src_ui_admin_AnkhAdminPage_tsx --> module_src_index_ts
  module_src_ui_admin_AnkhAdminPage_tsx --> module_src_studioAdminRouteModel_ts
  module_src_ui_admin_AnkhAdminPage_tsx --> module_src_ui_admin_pages_ApisAdminPage_tsx
  module_src_ui_admin_AnkhAdminPage_tsx --> module_src_ui_admin_pages_AuthAdminPage_tsx
  module_src_ui_admin_AnkhAdminPage_tsx --> module_src_ui_admin_pages_OverviewAdminPage_tsx
  module_src_ui_admin_AnkhAdminPage_tsx --> module_src_ui_admin_pages_PropertiesAdminPage_tsx
  module_src_ui_admin_AnkhAdminPage_tsx --> module_src_ui_admin_pages_SecretsAdminPage_tsx
  module_src_ui_admin_AnkhAdminPage_tsx --> module_src_ui_admin_pages_ThemeAdminPage_tsx
  module_src_ui_admin_AnkhAdminShell_tsx --> module_src_core_StudioContext_ts
  module_src_ui_admin_AnkhAdminShell_tsx --> module_src_index_ts
  module_src_ui_admin_AnkhAdminShell_tsx --> module_src_studioAdminRouteModel_ts
  module_src_ui_admin_pages_adminAuthCredentialFlow_test_ts --> module_src_authSettings_ts
  module_src_ui_admin_pages_adminAuthCredentialFlow_test_ts --> module_src_ui_admin_pages_adminAuthCredentialFlow_ts
  module_src_ui_admin_pages_adminAuthCredentialFlow_ts --> module_src_authSettings_ts
+   module_src_ui_admin_pages_adminAuthCredentialTransaction_test_ts --> module_src_ui_admin_pages_adminAuthCredentialTransaction_ts
  module_src_ui_admin_pages_adminAuthHealthFlow_test_ts --> module_src_projectAuthHealth_ts
  module_src_ui_admin_pages_adminAuthHealthFlow_test_ts --> module_src_ui_admin_pages_adminAuthHealthFlow_ts
  module_src_ui_admin_pages_adminAuthHealthFlow_ts --> module_src_projectAuthHealth_ts
  module_src_ui_admin_pages_adminDataSourceOperations_ts --> module_src_ui_admin_adminPageUtils_ts
  module_src_ui_admin_pages_adminThemeModel_test_ts --> module_src_ui_admin_pages_adminThemeModel_ts
  module_src_ui_admin_pages_adminThemeModel_ts --> module_src_index_ts
  module_src_ui_admin_pages_ApisAdminPage_test_ts --> module_src_ui_admin_pages_adminDataSourceOperations_ts
  module_src_ui_admin_pages_ApisAdminPage_tsx --> module_src_core_StudioContext_ts
  module_src_ui_admin_pages_ApisAdminPage_tsx --> module_src_index_ts
  module_src_ui_admin_pages_ApisAdminPage_tsx --> module_src_ui_admin_adminPagePrimitives_tsx
  module_src_ui_admin_pages_ApisAdminPage_tsx --> module_src_ui_admin_adminPageUtils_ts
  module_src_ui_admin_pages_ApisAdminPage_tsx --> module_src_ui_admin_pages_adminDataSourceOperations_ts
  module_src_ui_admin_pages_AuthAdminPage_tsx --> module_src_authSettings_ts
  module_src_ui_admin_pages_AuthAdminPage_tsx --> module_src_core_StudioContext_ts
  module_src_ui_admin_pages_AuthAdminPage_tsx --> module_src_index_ts
  module_src_ui_admin_pages_AuthAdminPage_tsx --> module_src_projectAuthApi_ts
  module_src_ui_admin_pages_AuthAdminPage_tsx --> module_src_projectAuthHealth_ts
  module_src_ui_admin_pages_AuthAdminPage_tsx --> module_src_projectSecretApi_ts
  module_src_ui_admin_pages_AuthAdminPage_tsx --> module_src_ui_admin_pages_adminAuthCredentialFlow_ts
+   module_src_ui_admin_pages_AuthAdminPage_tsx --> module_src_ui_admin_pages_adminAuthCredentialTransaction_ts
  module_src_ui_admin_pages_AuthAdminPage_tsx --> module_src_ui_admin_pages_adminAuthHealthFlow_ts
  module_src_ui_admin_pages_OverviewAdminPage_tsx --> module_src_core_StudioContext_ts
  module_src_ui_admin_pages_OverviewAdminPage_tsx --> module_src_ui_admin_adminPagePrimitives_tsx
  module_src_ui_admin_pages_PropertiesAdminPage_tsx --> module_src_core_StudioContext_ts
  module_src_ui_admin_pages_PropertiesAdminPage_tsx --> module_src_manifestState_ts
  module_src_ui_admin_pages_PropertiesAdminPage_tsx --> module_src_ui_admin_adminPagePrimitives_tsx
  module_src_ui_admin_pages_PropertiesAdminPage_tsx --> module_src_ui_admin_adminPageUtils_ts
  module_src_ui_admin_pages_SecretsAdminPage_tsx --> module_src_projectSecretApi_ts
  module_src_ui_admin_pages_SecretsAdminPage_tsx --> module_src_projectSecretUsage_ts
  module_src_ui_admin_pages_ThemeAdminPage_test_ts --> module_src_ui_admin_pages_adminThemeHarmony_ts
  module_src_ui_admin_pages_ThemeAdminPage_tsx --> module_src_core_StudioContext_ts
  module_src_ui_admin_pages_ThemeAdminPage_tsx --> module_src_index_ts
  module_src_ui_admin_pages_ThemeAdminPage_tsx --> module_src_ui_admin_adminPagePrimitives_tsx
  module_src_ui_admin_pages_ThemeAdminPage_tsx --> module_src_ui_admin_pages_adminThemeHarmony_ts
  module_src_ui_admin_pages_ThemeAdminPage_tsx --> module_src_ui_admin_pages_adminThemeModel_ts
  module_src_ui_AnkhStudio_ts --> module_src_core_StudioContext_ts
  module_src_ui_useStudioAppBarAugmentation_ts --> module_src_core_StudioContext_ts
  module_src_ui_useStudioAppBarAugmentation_ts --> module_src_studioAdminRouteModel_ts
  module_src_utils_treeUtils_ts --> module_src_index_ts
